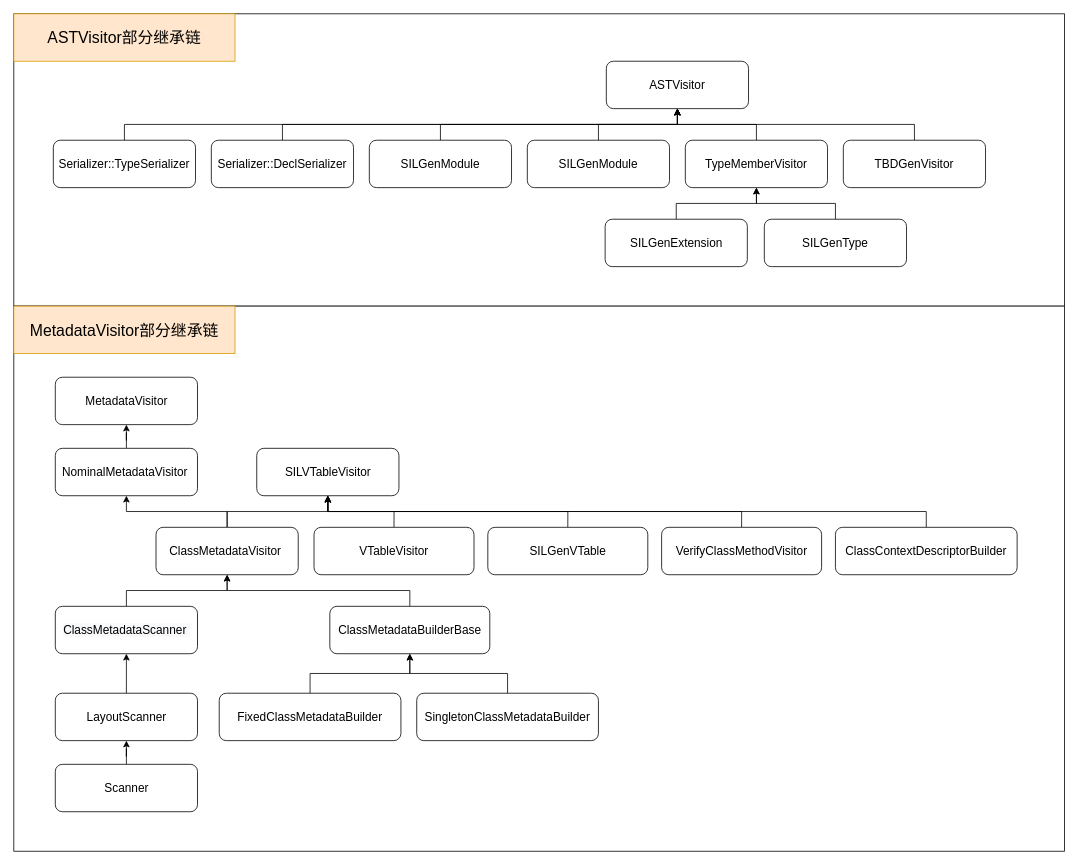
Earlier version of the draw.io diagram ClassDescriptor.drawio (star-j/Flowchart). Source tidied: cells renumbered, new cells numbered last; positions are measured from the earlier drawing's top-left corner, leaving out a move shared by most shapes. Both pictures are drawn from the tidied source at 79%, with x=0, y=0 at pixel (13, 13).
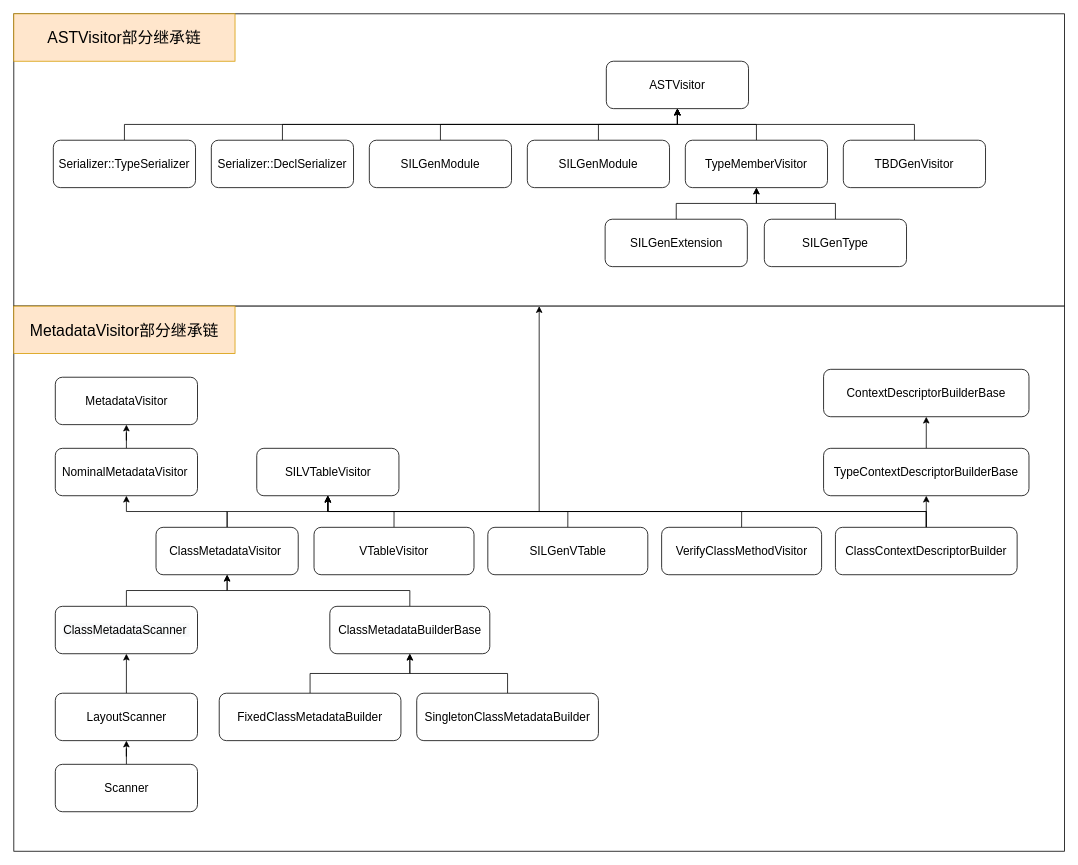
After the change.

Unchanged cells that the change refers to:
```xml
<mxCell id="3" style="rounded=0;whiteSpace=wrap;html=1;fontSize=15;" parent="1" vertex="1">
  <mxGeometry y="370" width="1330" height="690" as="geometry" />
</mxCell>
<mxCell id="30" value="ClassContextDescriptorBuilder" style="whiteSpace=wrap;html=1;fontSize=15;rounded=1;" parent="1" vertex="1">
  <mxGeometry x="1040" y="650" width="230" height="60" as="geometry" />
</mxCell>
```

Diff of the diagram source:
```diff
@@
+    <mxCell id="50" style="edgeStyle=orthogonalEdgeStyle;rounded=0;jettySize=auto;html=1;exitX=0.5;exitY=0;exitDx=0;exitDy=0;fontSize=20;" parent="1" edge="1" source="30" target="3">
+      <mxGeometry relative="1" as="geometry" />
+    </mxCell>
+    <mxCell id="51" style="edgeStyle=orthogonalEdgeStyle;rounded=0;jettySize=auto;html=1;exitX=0.5;exitY=0;exitDx=0;exitDy=0;entryX=0.5;entryY=1;entryDx=0;entryDy=0;fontSize=20;" parent="1" edge="1" source="30" target="53">
+      <mxGeometry relative="1" as="geometry" />
+    </mxCell>
@@
+    <mxCell id="52" style="edgeStyle=orthogonalEdgeStyle;rounded=0;jettySize=auto;html=1;exitX=0.5;exitY=0;exitDx=0;exitDy=0;fontSize=20;" parent="1" edge="1" source="53" target="54">
+      <mxGeometry relative="1" as="geometry" />
+    </mxCell>
+    <mxCell id="53" value="TypeContextDescriptorBuilderBase" style="whiteSpace=wrap;html=1;fontSize=15;rounded=1;" parent="1" vertex="1">
+      <mxGeometry x="1025" y="550" width="260" height="60" as="geometry" />
+    </mxCell>
+    <mxCell id="54" value="ContextDescriptorBuilderBase" style="whiteSpace=wrap;html=1;fontSize=15;rounded=1;" parent="1" vertex="1">
+      <mxGeometry x="1025" y="450" width="260" height="60" as="geometry" />
+    </mxCell>
```
